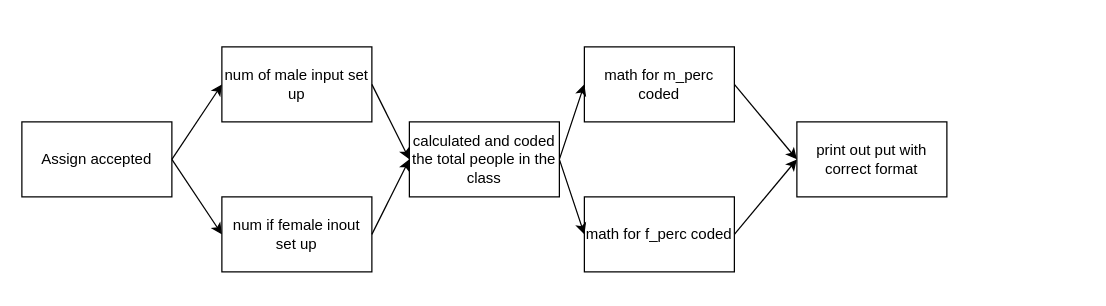
The draw.io diagram Asign_2-1.drawio in Ventura-CSV/assignment-2-1-DanielCruz45, before the edit. Source tidied: cells renumbered, new cells numbered last; positions are measured from the earlier drawing's top-left corner, leaving out a move shared by most shapes. Both pictures are drawn from the tidied source at 125%, with x=0, y=0 at pixel (21, 46).
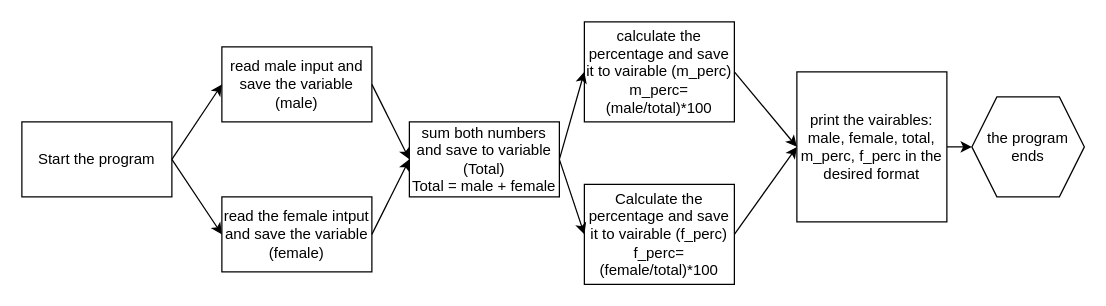
The same page after the edit.

Commit message:
Updating the flowchart with proper psudo code

Diff of the diagram source:
```diff
@@
     <mxCell id="7" style="rounded=0;whiteSpace=wrap;html=1;" parent="1" vertex="1">
-      <mxGeometry x="450" y="120" width="120" height="60" as="geometry" />
+      <mxGeometry x="450" y="110" width="120" height="80" as="geometry" />
     </mxCell>
     <mxCell id="8" style="rounded=0;whiteSpace=wrap;html=1;" parent="1" vertex="1">
-      <mxGeometry x="450" width="120" height="60" as="geometry" />
+      <mxGeometry x="450" y="-20" width="120" height="80" as="geometry" />
     </mxCell>
+    <mxCell id="24" style="edgeStyle=none;html=1;exitX=1;exitY=0.5;exitDx=0;exitDy=0;entryX=0;entryY=0.5;entryDx=0;entryDy=0;" parent="1" edge="1" source="9" target="25">
+      <mxGeometry relative="1" as="geometry" />
+    </mxCell>
-    <mxCell id="9" style="rounded=0;whiteSpace=wrap;html=1;" parent="1" vertex="1">
-      <mxGeometry x="620" y="60" width="120" height="60" as="geometry" />
+    <mxCell id="9" value="print the vairables: male, female, total, m_perc, f_perc in the desired format" style="rounded=0;whiteSpace=wrap;html=1;" parent="1" vertex="1">
+      <mxGeometry x="620" y="20" width="120" height="120" as="geometry" />
     </mxCell>
@@
-    <mxCell id="12" value="Assign accepted" style="text;strokeColor=none;align=center;fillColor=none;html=1;verticalAlign=middle;whiteSpace=wrap;rounded=0;" parent="1" vertex="1">
+    <mxCell id="12" value="Start the program" style="text;strokeColor=none;align=center;fillColor=none;html=1;verticalAlign=middle;whiteSpace=wrap;rounded=0;" parent="1" vertex="1">
       <mxGeometry y="60" width="120" height="60" as="geometry" />
     </mxCell>
@@
-    <mxCell id="14" value="num of male input set up" style="text;strokeColor=none;align=center;fillColor=none;html=1;verticalAlign=middle;whiteSpace=wrap;rounded=0;" parent="1" vertex="1">
+    <mxCell id="14" value="read male input and save the variable (male)" style="text;strokeColor=none;align=center;fillColor=none;html=1;verticalAlign=middle;whiteSpace=wrap;rounded=0;" parent="1" vertex="1">
       <mxGeometry x="160" width="120" height="60" as="geometry" />
     </mxCell>
@@
-    <mxCell id="16" value="num if female inout set up" style="text;strokeColor=none;align=center;fillColor=none;html=1;verticalAlign=middle;whiteSpace=wrap;rounded=0;" parent="1" vertex="1">
+    <mxCell id="16" value="read the female intput and save the variable (female)" style="text;strokeColor=none;align=center;fillColor=none;html=1;verticalAlign=middle;whiteSpace=wrap;rounded=0;" parent="1" vertex="1">
       <mxGeometry x="160" y="120" width="120" height="60" as="geometry" />
     </mxCell>
-    <mxCell id="17" value="math for m_perc coded" style="text;strokeColor=none;align=center;fillColor=none;html=1;verticalAlign=middle;whiteSpace=wrap;rounded=0;" parent="1" vertex="1">
-      <mxGeometry x="450" width="120" height="60" as="geometry" />
+    <mxCell id="17" value="calculate the percentage and save it to vairable (m_perc)&lt;br&gt;m_perc=(male/total)*100" style="text;strokeColor=none;align=center;fillColor=none;html=1;verticalAlign=middle;whiteSpace=wrap;rounded=0;" parent="1" vertex="1">
+      <mxGeometry x="450" y="-20" width="120" height="80" as="geometry" />
     </mxCell>
-    <mxCell id="18" value="math for f_perc coded" style="text;strokeColor=none;align=center;fillColor=none;html=1;verticalAlign=middle;whiteSpace=wrap;rounded=0;" parent="1" vertex="1">
-      <mxGeometry x="450" y="120" width="120" height="60" as="geometry" />
+    <mxCell id="18" value="Calculate the percentage and save it to vairable (f_perc) f_perc=(female/total)*100" style="text;strokeColor=none;align=center;fillColor=none;html=1;verticalAlign=middle;whiteSpace=wrap;rounded=0;" parent="1" vertex="1">
+      <mxGeometry x="450" y="110" width="120" height="80" as="geometry" />
     </mxCell>
-    <mxCell id="19" value="print out put with correct format" style="text;strokeColor=none;align=center;fillColor=none;html=1;verticalAlign=middle;whiteSpace=wrap;rounded=0;" parent="1" vertex="1">
-      <mxGeometry x="620" y="60" width="120" height="60" as="geometry" />
-    </mxCell>
@@
-    <mxCell id="23" value="calculated and coded the total people in the class" style="text;strokeColor=none;align=center;fillColor=none;html=1;verticalAlign=middle;whiteSpace=wrap;rounded=0;" parent="1" vertex="1">
+    <mxCell id="23" value="sum both numbers and save to variable (Total)&lt;br&gt;Total = male + female" style="text;strokeColor=none;align=center;fillColor=none;html=1;verticalAlign=middle;whiteSpace=wrap;rounded=0;" parent="1" vertex="1">
       <mxGeometry x="310" y="60" width="120" height="60" as="geometry" />
     </mxCell>
+    <mxCell id="25" value="the program ends" style="shape=hexagon;perimeter=hexagonPerimeter2;whiteSpace=wrap;html=1;fixedSize=1;" parent="1" vertex="1">
+      <mxGeometry x="760" y="40" width="90" height="80" as="geometry" />
+    </mxCell>
```
